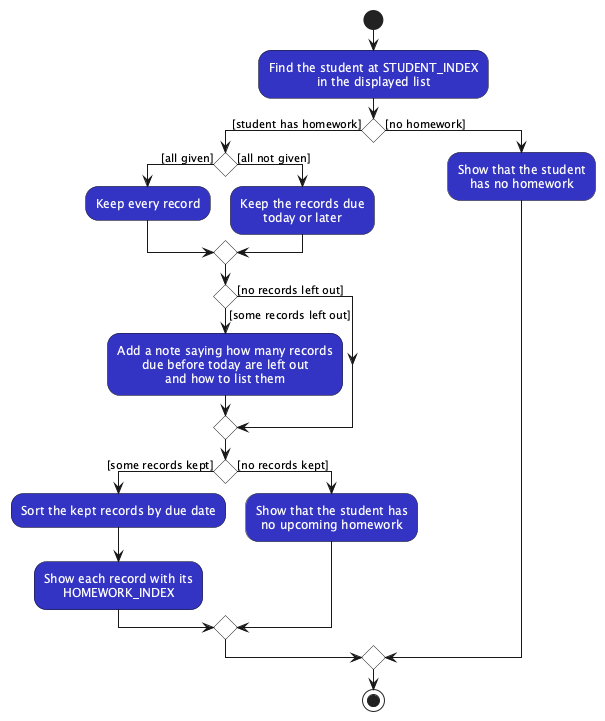
The PlantUML diagram docs/images/HomeworkListActivityDiagram.png in AY2627S1-CS2103-F12-1/tp, before a commit.
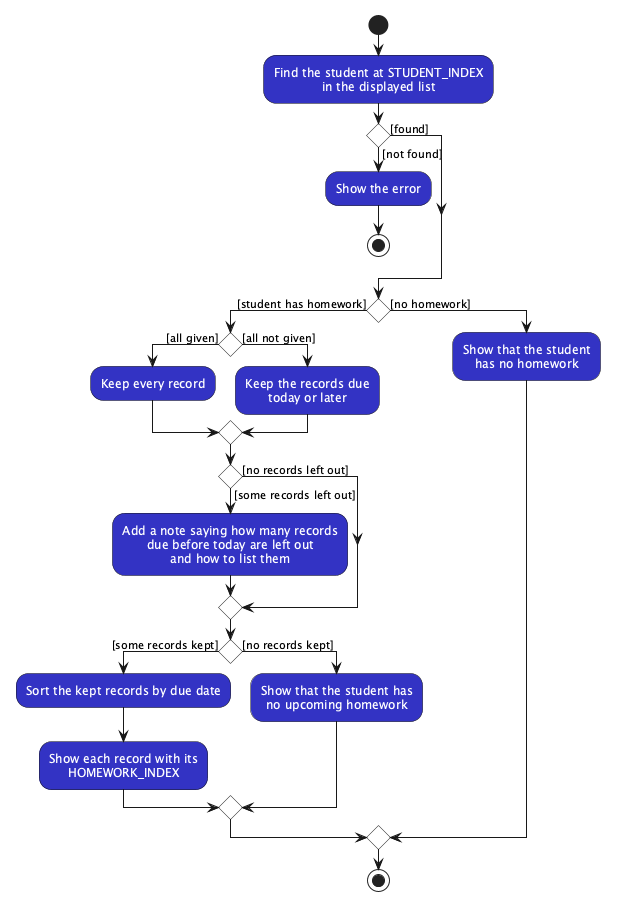
After the commit.

Commit message:
DG: Correct notation in the homework diagrams

Change to the diagram source:
```diff
@@ -9,6 +9,11 @@
 start
 :Find the student at STUDENT_INDEX
 in the displayed list;
+if () then ([not found])
+  :Show the error;
+  stop
+else ([found])
+endif
 if () then ([student has homework])
   if () then ([all given])
     :Keep every record;
```
